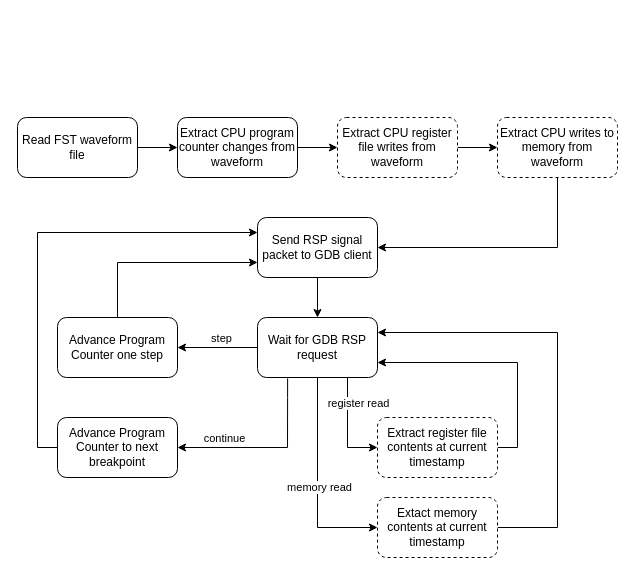
tomverbeure/tomverbeure.github.io keeps this draw.io diagram as page "gdbwave_program_flow" (5 of 5) of assets/gdbwave/gdbwave.drawio. Above is the earlier version. Source tidied: cells renumbered, new cells numbered last; positions are measured from the earlier drawing's top-left corner, leaving out a move shared by most shapes. Both pictures are drawn from the tidied source at 100%, with x=0, y=0 at pixel (17, 117).
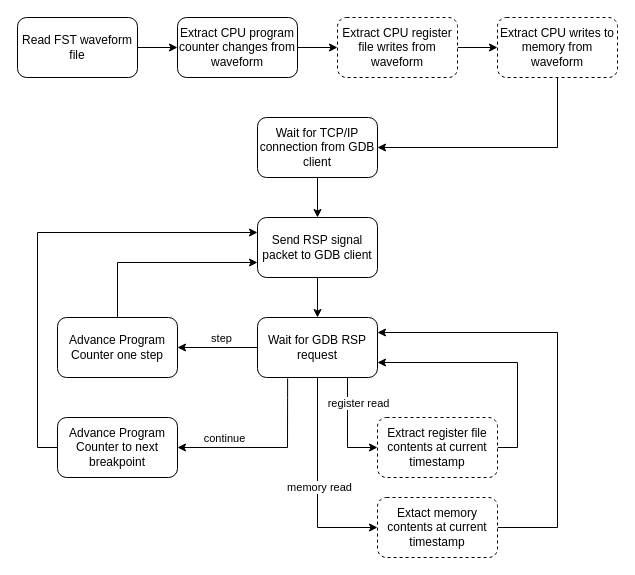
The same page after the edit.

The change refers to these unchanged cells:
```xml
<mxCell id="9" value="Send RSP signal packet to GDB client" style="rounded=1;whiteSpace=wrap;html=1;" parent="1" vertex="1">
  <mxGeometry x="240" y="100" width="120" height="60" as="geometry" />
</mxCell>
```

Diff of the diagram source:
```diff
@@
     <mxCell id="3" value="Extract CPU program counter changes from waveform" style="rounded=1;whiteSpace=wrap;html=1;" parent="1" vertex="1">
-      <mxGeometry x="160" width="120" height="60" as="geometry" />
+      <mxGeometry x="160" y="-100" width="120" height="60" as="geometry" />
     </mxCell>
@@
     <mxCell id="5" value="Extract CPU register file writes from waveform" style="rounded=1;whiteSpace=wrap;html=1;dashed=1;" parent="1" vertex="1">
-      <mxGeometry x="320" width="120" height="60" as="geometry" />
+      <mxGeometry x="320" y="-100" width="120" height="60" as="geometry" />
     </mxCell>
-    <mxCell id="6" style="edgeStyle=orthogonalEdgeStyle;rounded=0;jettySize=auto;html=1;entryX=1;entryY=0.5;entryDx=0;entryDy=0;" parent="1" edge="1" source="7" target="9">
-      <mxGeometry relative="1" as="geometry">
-        <Array as="points">
-          <mxPoint x="540" y="130" />
-        </Array>
-      </mxGeometry>
-    </mxCell>
+    <mxCell id="29" style="edgeStyle=orthogonalEdgeStyle;rounded=0;jettySize=auto;html=1;entryX=1;entryY=0.5;entryDx=0;entryDy=0;startArrow=none;startFill=0;strokeWidth=1;" parent="1" edge="1" source="7" target="31">
+      <mxGeometry relative="1" as="geometry">
+        <Array as="points">
+          <mxPoint x="540" y="30" />
+        </Array>
+      </mxGeometry>
+    </mxCell>
     <mxCell id="7" value="Extract CPU writes to memory from waveform" style="rounded=1;whiteSpace=wrap;html=1;dashed=1;" parent="1" vertex="1">
-      <mxGeometry x="480" width="120" height="60" as="geometry" />
+      <mxGeometry x="480" y="-100" width="120" height="60" as="geometry" />
     </mxCell>
@@
     <mxCell id="11" value="Read FST waveform file" style="rounded=1;whiteSpace=wrap;html=1;" parent="1" vertex="1">
-      <mxGeometry width="120" height="60" as="geometry" />
+      <mxGeometry y="-100" width="120" height="60" as="geometry" />
     </mxCell>
@@
+    <mxCell id="30" style="edgeStyle=orthogonalEdgeStyle;rounded=0;jettySize=auto;html=1;startArrow=none;startFill=0;strokeColor=#000000;strokeWidth=1;" parent="1" edge="1" source="31" target="9">
+      <mxGeometry relative="1" as="geometry" />
+    </mxCell>
+    <mxCell id="31" value="Wait for TCP/IP connection from GDB client" style="rounded=1;whiteSpace=wrap;html=1;" parent="1" vertex="1">
+      <mxGeometry x="240" width="120" height="60" as="geometry" />
+    </mxCell>
```
